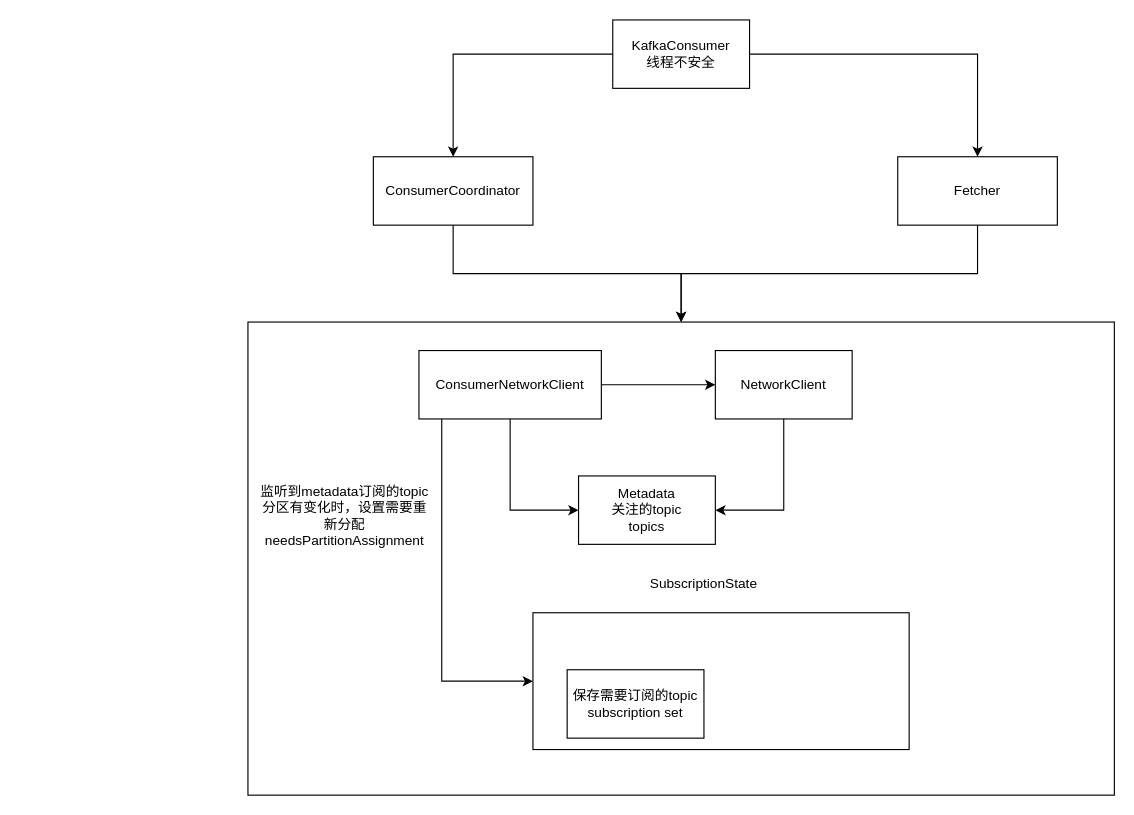
Before: kafka_consumer.drawio in jessin20161124/javase1, a draw.io diagram. Source tidied: cells renumbered, new cells numbered last; positions are measured from the earlier drawing's top-left corner, leaving out a move shared by most shapes. Both pictures are drawn from the tidied source at 114%, with x=0, y=0 at pixel (247, 19).
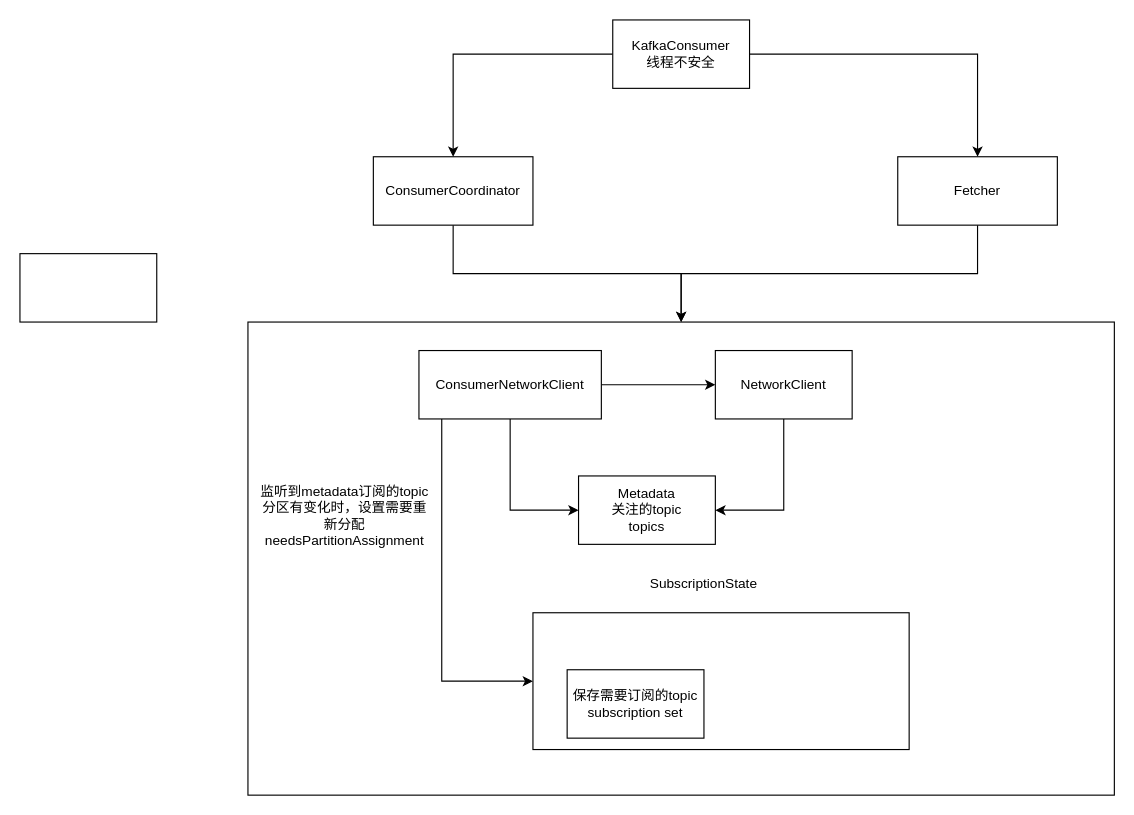
The same diagram, later.

The edit, as a diff of the source:
```diff
@@
+    <mxCell id="21" style="rounded=0;whiteSpace=wrap;html=1;" parent="1" vertex="1">
+      <mxGeometry x="-200" y="205" width="120" height="60" as="geometry" />
+    </mxCell>
```
